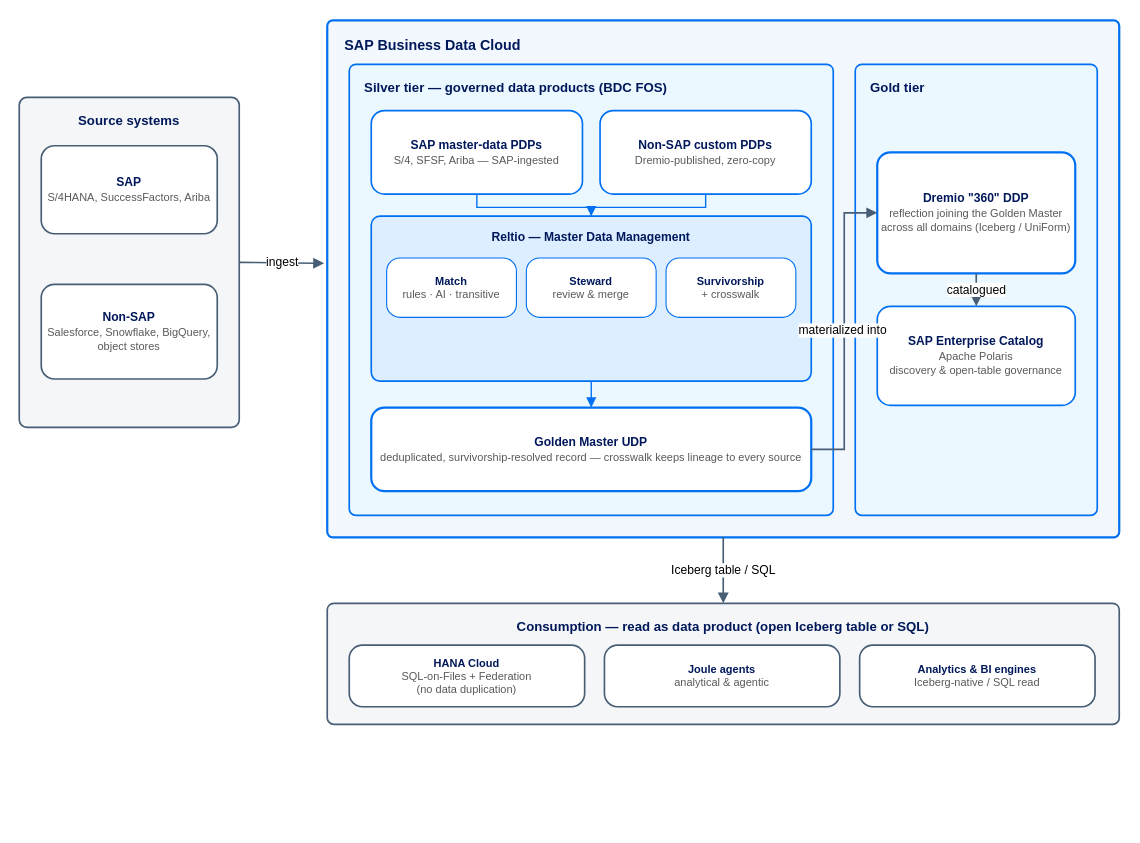
This is docs/ref-arch/RA0039/1-bdc-lakehouse/4-reltio-unification/drawio/reltio-unification.drawio from SAP/architecture-center, a draw.io file, before an edit. Source tidied: cells renumbered, new cells numbered last; positions are measured from the earlier drawing's top-left corner, leaving out a move shared by most shapes. Both pictures are drawn from the tidied source at 110%, with x=0, y=0 at pixel (19, 20).
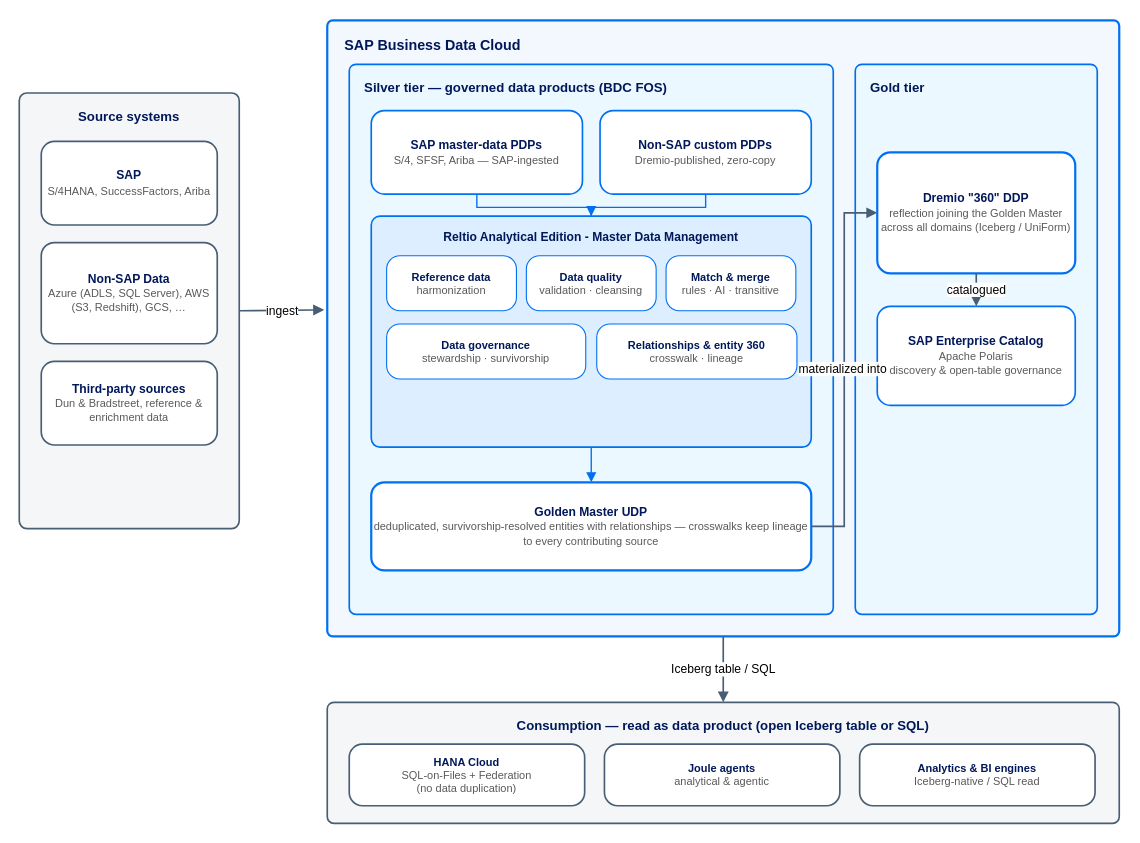
The same diagram, later.

Commit message (it also covers changes not shown here):
[CONTENT] fix(RA0039): incorporate Reltio product team feedback (#108)

What changed in the source:
```diff
@@
     <mxCell id="2" value="Source systems" style="rounded=1;arcSize=14;absoluteArcSize=1;strokeColor=#475E75;strokeWidth=1.5;fillColor=#F5F6F7;fontFamily=Helvetica;fontSize=12;fontStyle=1;fontColor=#00185A;verticalAlign=top;align=center;spacingTop=8;" parent="1" vertex="1">
-      <mxGeometry y="70" width="200" height="300" as="geometry" />
+      <mxGeometry y="66" width="200" height="396" as="geometry" />
     </mxCell>
     <mxCell id="3" value="&lt;b&gt;SAP&lt;/b&gt;&lt;br&gt;&lt;span style=&quot;font-size:10px;color:#595959;&quot;&gt;S/4HANA, SuccessFactors, Ariba&lt;/span&gt;" style="rounded=1;arcSize=24;absoluteArcSize=1;strokeColor=#475E75;strokeWidth=1.5;fillColor=#FFFFFF;fontFamily=Helvetica;fontSize=11;fontColor=#00185A;whiteSpace=wrap;html=1;verticalAlign=middle;align=center;" parent="1" vertex="1">
-      <mxGeometry x="20" y="114" width="160" height="80" as="geometry" />
+      <mxGeometry x="20" y="110" width="160" height="76" as="geometry" />
     </mxCell>
-    <mxCell id="4" value="&lt;b&gt;Non-SAP&lt;/b&gt;&lt;br&gt;&lt;span style=&quot;font-size:10px;color:#595959;&quot;&gt;Salesforce, Snowflake, BigQuery, object stores&lt;/span&gt;" style="rounded=1;arcSize=24;absoluteArcSize=1;strokeColor=#475E75;strokeWidth=1.5;fillColor=#FFFFFF;fontFamily=Helvetica;fontSize=11;fontColor=#00185A;whiteSpace=wrap;html=1;verticalAlign=middle;align=center;" parent="1" vertex="1">
-      <mxGeometry x="20" y="240" width="160" height="86" as="geometry" />
+    <mxCell id="4" value="&lt;b&gt;Non-SAP Data&lt;/b&gt;&lt;br&gt;&lt;span style=&quot;font-size:10px;color:#595959;&quot;&gt;Azure (ADLS, SQL Server), AWS (S3, Redshift), GCS, &amp;hellip;&lt;/span&gt;" style="rounded=1;arcSize=24;absoluteArcSize=1;strokeColor=#475E75;strokeWidth=1.5;fillColor=#FFFFFF;fontFamily=Helvetica;fontSize=11;fontColor=#00185A;whiteSpace=wrap;html=1;verticalAlign=middle;align=center;" parent="1" vertex="1">
+      <mxGeometry x="20" y="202" width="160" height="92" as="geometry" />
     </mxCell>
+    <mxCell id="28" value="&lt;b&gt;Third-party sources&lt;/b&gt;&lt;br&gt;&lt;span style=&quot;font-size:10px;color:#595959;&quot;&gt;Dun &amp;amp; Bradstreet, reference &amp;amp; enrichment data&lt;/span&gt;" style="rounded=1;arcSize=24;absoluteArcSize=1;strokeColor=#475E75;strokeWidth=1.5;fillColor=#FFFFFF;fontFamily=Helvetica;fontSize=11;fontColor=#00185A;whiteSpace=wrap;html=1;verticalAlign=middle;align=center;" parent="1" vertex="1">
+      <mxGeometry x="20" y="310" width="160" height="76" as="geometry" />
+    </mxCell>
     <mxCell id="5" value="SAP Business Data Cloud" style="rounded=1;arcSize=10;absoluteArcSize=1;strokeColor=#0070F2;strokeWidth=2;fillColor=#F3F8FE;fontFamily=Helvetica;fontSize=13;fontStyle=1;fontColor=#00185A;verticalAlign=top;align=left;spacingTop=8;spacingLeft=14;" parent="1" vertex="1">
-      <mxGeometry x="280" width="720" height="470" as="geometry" />
+      <mxGeometry x="280" width="720" height="560" as="geometry" />
     </mxCell>
     <mxCell id="6" value="Silver tier — governed data products (BDC FOS)" style="rounded=1;arcSize=12;absoluteArcSize=1;strokeColor=#0070F2;strokeWidth=1.5;fillColor=#EBF8FF;fontFamily=Helvetica;fontSize=12;fontStyle=1;fontColor=#00185A;verticalAlign=top;align=left;spacingTop=8;spacingLeft=12;dashed=0;" parent="1" vertex="1">
-      <mxGeometry x="300" y="40" width="440" height="410" as="geometry" />
+      <mxGeometry x="300" y="40" width="440" height="500" as="geometry" />
     </mxCell>
@@
-    <mxCell id="9" value="Reltio — Master Data Management" style="rounded=1;arcSize=16;absoluteArcSize=1;strokeColor=#0070F2;strokeWidth=1.5;fillColor=#DCEEFF;fontFamily=Helvetica;fontSize=11;fontStyle=1;fontColor=#00185A;verticalAlign=top;align=center;spacingTop=6;" parent="1" vertex="1">
-      <mxGeometry x="320" y="178" width="400" height="150" as="geometry" />
+    <mxCell id="9" value="Reltio Analytical Edition - Master Data Management" style="rounded=1;arcSize=16;absoluteArcSize=1;strokeColor=#0070F2;strokeWidth=1.5;fillColor=#DCEEFF;fontFamily=Helvetica;fontSize=11;fontStyle=1;fontColor=#00185A;verticalAlign=top;align=center;spacingTop=6;" parent="1" vertex="1">
+      <mxGeometry x="320" y="178" width="400" height="210" as="geometry" />
     </mxCell>
+    <mxCell id="29" value="&lt;b&gt;Reference data&lt;/b&gt;&lt;br&gt;&lt;span style=&quot;color:#595959;&quot;&gt;harmonization&lt;/span&gt;" style="rounded=1;arcSize=24;absoluteArcSize=1;strokeColor=#0070F2;strokeWidth=1;fillColor=#FFFFFF;fontFamily=Helvetica;fontSize=10;fontColor=#00185A;whiteSpace=wrap;html=1;verticalAlign=middle;align=center;" parent="1" vertex="1">
+      <mxGeometry x="334" y="214" width="118" height="50" as="geometry" />
+    </mxCell>
+    <mxCell id="30" value="&lt;b&gt;Data quality&lt;/b&gt;&lt;br&gt;&lt;span style=&quot;color:#595959;&quot;&gt;validation &amp;middot; cleansing&lt;/span&gt;" style="rounded=1;arcSize=24;absoluteArcSize=1;strokeColor=#0070F2;strokeWidth=1;fillColor=#FFFFFF;fontFamily=Helvetica;fontSize=10;fontColor=#00185A;whiteSpace=wrap;html=1;verticalAlign=middle;align=center;" parent="1" vertex="1">
+      <mxGeometry x="461" y="214" width="118" height="50" as="geometry" />
+    </mxCell>
-    <mxCell id="10" value="&lt;b&gt;Match&lt;/b&gt;&lt;br&gt;&lt;span style=&quot;color:#595959;&quot;&gt;rules &amp;middot; AI &amp;middot; transitive&lt;/span&gt;" style="rounded=1;arcSize=24;absoluteArcSize=1;strokeColor=#0070F2;strokeWidth=1;fillColor=#FFFFFF;fontFamily=Helvetica;fontSize=10;fontColor=#00185A;whiteSpace=wrap;html=1;verticalAlign=middle;align=center;" parent="1" vertex="1">
-      <mxGeometry x="334" y="216" width="118" height="54" as="geometry" />
+    <mxCell id="10" value="&lt;b&gt;Match &amp;amp; merge&lt;/b&gt;&lt;br&gt;&lt;span style=&quot;color:#595959;&quot;&gt;rules &amp;middot; AI &amp;middot; transitive&lt;/span&gt;" style="rounded=1;arcSize=24;absoluteArcSize=1;strokeColor=#0070F2;strokeWidth=1;fillColor=#FFFFFF;fontFamily=Helvetica;fontSize=10;fontColor=#00185A;whiteSpace=wrap;html=1;verticalAlign=middle;align=center;" parent="1" vertex="1">
+      <mxGeometry x="588" y="214" width="118" height="50" as="geometry" />
     </mxCell>
-    <mxCell id="11" value="&lt;b&gt;Steward&lt;/b&gt;&lt;br&gt;&lt;span style=&quot;color:#595959;&quot;&gt;review &amp;amp; merge&lt;/span&gt;" style="rounded=1;arcSize=24;absoluteArcSize=1;strokeColor=#0070F2;strokeWidth=1;fillColor=#FFFFFF;fontFamily=Helvetica;fontSize=10;fontColor=#00185A;whiteSpace=wrap;html=1;verticalAlign=middle;align=center;" parent="1" vertex="1">
-      <mxGeometry x="461" y="216" width="118" height="54" as="geometry" />
-    </mxCell>
-    <mxCell id="12" value="&lt;b&gt;Survivorship&lt;/b&gt;&lt;br&gt;&lt;span style=&quot;color:#595959;&quot;&gt;+ crosswalk&lt;/span&gt;" style="rounded=1;arcSize=24;absoluteArcSize=1;strokeColor=#0070F2;strokeWidth=1;fillColor=#FFFFFF;fontFamily=Helvetica;fontSize=10;fontColor=#00185A;whiteSpace=wrap;html=1;verticalAlign=middle;align=center;" parent="1" vertex="1">
-      <mxGeometry x="588" y="216" width="118" height="54" as="geometry" />
-    </mxCell>
+    <mxCell id="31" value="&lt;b&gt;Data governance&lt;/b&gt;&lt;br&gt;&lt;span style=&quot;color:#595959;&quot;&gt;stewardship &amp;middot; survivorship&lt;/span&gt;" style="rounded=1;arcSize=24;absoluteArcSize=1;strokeColor=#0070F2;strokeWidth=1;fillColor=#FFFFFF;fontFamily=Helvetica;fontSize=10;fontColor=#00185A;whiteSpace=wrap;html=1;verticalAlign=middle;align=center;" parent="1" vertex="1">
+      <mxGeometry x="334" y="276" width="181" height="50" as="geometry" />
+    </mxCell>
+    <mxCell id="32" value="&lt;b&gt;Relationships &amp;amp; entity 360&lt;/b&gt;&lt;br&gt;&lt;span style=&quot;color:#595959;&quot;&gt;crosswalk &amp;middot; lineage&lt;/span&gt;" style="rounded=1;arcSize=24;absoluteArcSize=1;strokeColor=#0070F2;strokeWidth=1;fillColor=#FFFFFF;fontFamily=Helvetica;fontSize=10;fontColor=#00185A;whiteSpace=wrap;html=1;verticalAlign=middle;align=center;" parent="1" vertex="1">
+      <mxGeometry x="525" y="276" width="182" height="50" as="geometry" />
+    </mxCell>
-    <mxCell id="13" value="&lt;b&gt;Golden Master UDP&lt;/b&gt;&lt;br&gt;&lt;span style=&quot;font-size:10px;color:#595959;&quot;&gt;deduplicated, survivorship-resolved record &amp;mdash; crosswalk keeps lineage to every source&lt;/span&gt;" style="rounded=1;arcSize=24;absoluteArcSize=1;strokeColor=#0070F2;strokeWidth=2;fillColor=#FFFFFF;fontFamily=Helvetica;fontSize=11;fontColor=#00185A;whiteSpace=wrap;html=1;verticalAlign=middle;align=center;" parent="1" vertex="1">
-      <mxGeometry x="320" y="352" width="400" height="76" as="geometry" />
+    <mxCell id="13" value="&lt;b&gt;Golden Master UDP&lt;/b&gt;&lt;br&gt;&lt;span style=&quot;font-size:10px;color:#595959;&quot;&gt;deduplicated, survivorship-resolved entities with relationships &amp;mdash; crosswalks keep lineage to every contributing source&lt;/span&gt;" style="rounded=1;arcSize=24;absoluteArcSize=1;strokeColor=#0070F2;strokeWidth=2;fillColor=#FFFFFF;fontFamily=Helvetica;fontSize=11;fontColor=#00185A;whiteSpace=wrap;html=1;verticalAlign=middle;align=center;" parent="1" vertex="1">
+      <mxGeometry x="320" y="420" width="400" height="80" as="geometry" />
     </mxCell>
@@
     <mxCell id="17" value="Gold tier" style="rounded=1;arcSize=12;absoluteArcSize=1;strokeColor=#0070F2;strokeWidth=1.5;fillColor=#EBF8FF;fontFamily=Helvetica;fontSize=12;fontStyle=1;fontColor=#00185A;verticalAlign=top;align=left;spacingTop=8;spacingLeft=12;" parent="1" vertex="1">
-      <mxGeometry x="760" y="40" width="220" height="410" as="geometry" />
+      <mxGeometry x="760" y="40" width="220" height="500" as="geometry" />
     </mxCell>
@@
     <mxCell id="20" value="Consumption — read as data product (open Iceberg table or SQL)" style="rounded=1;arcSize=12;absoluteArcSize=1;strokeColor=#475E75;strokeWidth=1.5;fillColor=#F5F6F7;fontFamily=Helvetica;fontSize=12;fontStyle=1;fontColor=#00185A;verticalAlign=top;align=center;spacingTop=8;" parent="1" vertex="1">
-      <mxGeometry x="280" y="530" width="720" height="110" as="geometry" />
+      <mxGeometry x="280" y="620" width="720" height="110" as="geometry" />
     </mxCell>
     <mxCell id="21" value="&lt;b&gt;HANA Cloud&lt;/b&gt;&lt;br&gt;&lt;span style=&quot;color:#595959;&quot;&gt;SQL-on-Files + Federation&lt;br&gt;(no data duplication)&lt;/span&gt;" style="rounded=1;arcSize=24;absoluteArcSize=1;strokeColor=#475E75;strokeWidth=1.5;fillColor=#FFFFFF;fontFamily=Helvetica;fontSize=10;fontColor=#00185A;whiteSpace=wrap;html=1;verticalAlign=middle;align=center;" parent="1" vertex="1">
-      <mxGeometry x="300" y="568" width="214" height="56" as="geometry" />
+      <mxGeometry x="300" y="658" width="214" height="56" as="geometry" />
     </mxCell>
     <mxCell id="22" value="&lt;b&gt;Joule agents&lt;/b&gt;&lt;br&gt;&lt;span style=&quot;color:#595959;&quot;&gt;analytical &amp;amp; agentic&lt;/span&gt;" style="rounded=1;arcSize=24;absoluteArcSize=1;strokeColor=#475E75;strokeWidth=1.5;fillColor=#FFFFFF;fontFamily=Helvetica;fontSize=10;fontColor=#00185A;whiteSpace=wrap;html=1;verticalAlign=middle;align=center;" parent="1" vertex="1">
-      <mxGeometry x="532" y="568" width="214" height="56" as="geometry" />
+      <mxGeometry x="532" y="658" width="214" height="56" as="geometry" />
     </mxCell>
     <mxCell id="23" value="&lt;b&gt;Analytics &amp;amp; BI engines&lt;/b&gt;&lt;br&gt;&lt;span style=&quot;color:#595959;&quot;&gt;Iceberg-native / SQL read&lt;/span&gt;" style="rounded=1;arcSize=24;absoluteArcSize=1;strokeColor=#475E75;strokeWidth=1.5;fillColor=#FFFFFF;fontFamily=Helvetica;fontSize=10;fontColor=#00185A;whiteSpace=wrap;html=1;verticalAlign=middle;align=center;" parent="1" vertex="1">
-      <mxGeometry x="764" y="568" width="214" height="56" as="geometry" />
+      <mxGeometry x="764" y="658" width="214" height="56" as="geometry" />
     </mxCell>
```
